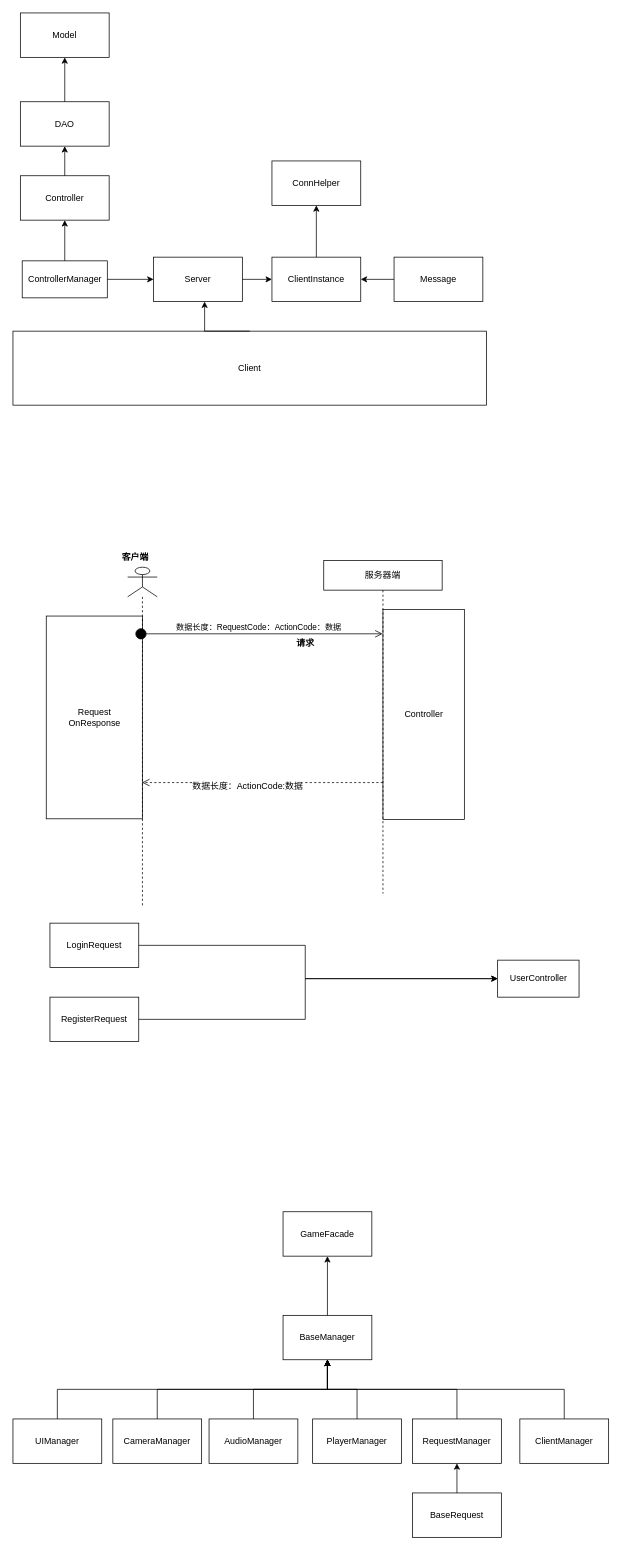
Earlier version of the draw.io diagram page "Page-1" (1 of 3) of Server Structure.drawio (iamlivehaha/Artificial-Life). Source tidied: cells renumbered, new cells numbered last; positions are measured from the earlier drawing's top-left corner, leaving out a move shared by most shapes. Both pictures are drawn from the tidied source at 74%, with x=0, y=0 at pixel (13, 13).
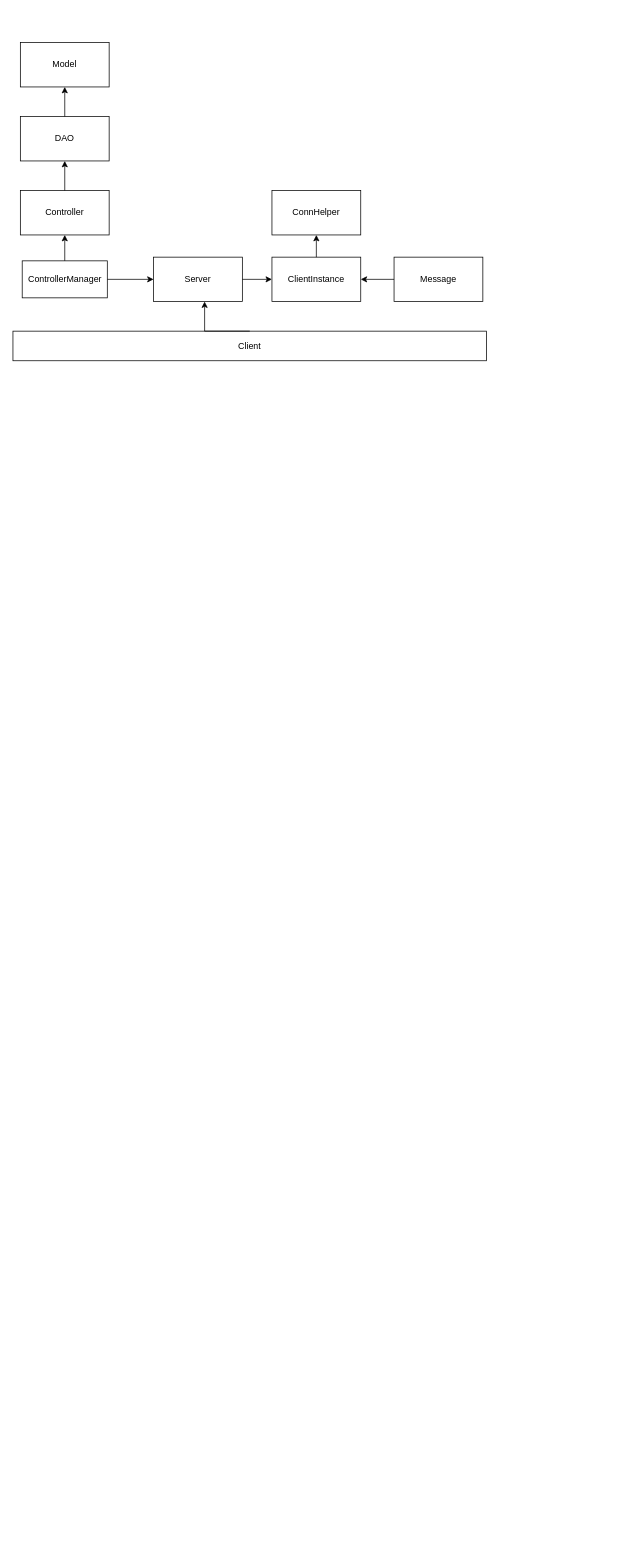
After the change.

Diff of the diagram source:
```diff
@@
     <mxCell id="5" value="Client" style="rounded=0;whiteSpace=wrap;html=1;fillColor=none;" parent="1" vertex="1">
-      <mxGeometry y="430" width="640" height="100" as="geometry" />
+      <mxGeometry y="430" width="640" height="40" as="geometry" />
     </mxCell>
@@
     <mxCell id="7" value="Controller" style="rounded=0;whiteSpace=wrap;html=1;fillColor=none;" parent="1" vertex="1">
-      <mxGeometry x="10" y="220" width="120" height="60" as="geometry" />
+      <mxGeometry x="10" y="240" width="120" height="60" as="geometry" />
     </mxCell>
@@
     <mxCell id="9" value="DAO" style="rounded=0;whiteSpace=wrap;html=1;fillColor=none;" parent="1" vertex="1">
-      <mxGeometry x="10" y="120" width="120" height="60" as="geometry" />
+      <mxGeometry x="10" y="140" width="120" height="60" as="geometry" />
     </mxCell>
     <mxCell id="10" value="Model" style="rounded=0;whiteSpace=wrap;html=1;fillColor=none;" parent="1" vertex="1">
-      <mxGeometry x="10" width="120" height="60" as="geometry" />
+      <mxGeometry x="10" y="40" width="120" height="60" as="geometry" />
     </mxCell>
     <mxCell id="11" value="ConnHelper" style="rounded=0;whiteSpace=wrap;html=1;fillColor=none;" parent="1" vertex="1">
-      <mxGeometry x="350" y="200" width="120" height="60" as="geometry" />
+      <mxGeometry x="350" y="240" width="120" height="60" as="geometry" />
     </mxCell>
@@
-    <mxCell id="16" style="shape=umlLifeline;participant=umlActor;perimeter=lifelinePerimeter;whiteSpace=wrap;html=1;verticalAlign=top;spacingTop=36;labelBackgroundColor=#ffffff;outlineConnect=0;fillColor=none;" parent="1" vertex="1">
-      <mxGeometry x="155" y="749" width="40" height="460" as="geometry" />
-    </mxCell>
-    <mxCell id="17" value="数据长度：RequestCode：ActionCode：数据" style="html=1;verticalAlign=bottom;startArrow=circle;startFill=1;endArrow=open;startSize=6;endSize=8;" parent="16" edge="1" target="19">
-      <mxGeometry relative="1" as="geometry">
-        <mxPoint x="10" y="90" as="sourcePoint" />
-      </mxGeometry>
-    </mxCell>
-    <mxCell id="18" value="客户端" style="text;html=1;align=center;fontStyle=1;verticalAlign=middle;spacingLeft=3;spacingRight=3;strokeColor=none;fillColor=none;" parent="1" vertex="1">
-      <mxGeometry x="125" y="723" width="80" height="26" as="geometry" />
-    </mxCell>
-    <mxCell id="19" value="服务器端" style="shape=umlLifeline;perimeter=lifelinePerimeter;whiteSpace=wrap;html=1;outlineConnect=0;fillColor=none;" parent="1" vertex="1">
-      <mxGeometry x="420" y="740" width="160" height="450" as="geometry" />
-    </mxCell>
-    <mxCell id="20" style="html=1;verticalAlign=bottom;endArrow=open;dashed=1;endSize=8;exitX=0;exitY=0.824;exitPerimeter=0;" parent="1" edge="1" source="24" target="16">
-      <mxGeometry relative="1" as="geometry" />
-    </mxCell>
-    <mxCell id="21" value="数据长度：ActionCode:数据" style="text;html=1;align=center;verticalAlign=middle;labelBackgroundColor=#ffffff;" parent="20" vertex="1">
-      <mxGeometry x="0.13" y="4" relative="1" as="geometry" />
-    </mxCell>
-    <mxCell id="22" value="请求" style="text;html=1;align=center;fontStyle=1;verticalAlign=middle;spacingLeft=3;spacingRight=3;strokeColor=none;fillColor=none;" parent="1" vertex="1">
-      <mxGeometry x="355" y="839" width="80" height="26" as="geometry" />
-    </mxCell>
-    <mxCell id="23" value="Request&lt;div&gt;OnResponse&lt;/div&gt;" style="html=1;fillColor=none;" parent="1" vertex="1">
-      <mxGeometry x="45" y="815" width="130" height="274" as="geometry" />
-    </mxCell>
-    <mxCell id="24" value="Controller" style="html=1;fillColor=none;" parent="1" vertex="1">
-      <mxGeometry x="500" y="806" width="110" height="284" as="geometry" />
-    </mxCell>
@@
-    <mxCell id="28" style="edgeStyle=orthogonalEdgeStyle;rounded=0;html=1;exitX=0.5;exitY=0;jettySize=auto;" parent="1" edge="1" source="29" target="42">
-      <mxGeometry relative="1" as="geometry" />
-    </mxCell>
-    <mxCell id="29" value="AudioManager" style="rounded=0;whiteSpace=wrap;html=1;fillColor=none;" parent="1" vertex="1">
-      <mxGeometry x="265" y="1900" width="120" height="60" as="geometry" />
-    </mxCell>
-    <mxCell id="30" style="edgeStyle=orthogonalEdgeStyle;rounded=0;html=1;exitX=0.5;exitY=0;jettySize=auto;" parent="1" edge="1" source="31" target="42">
-      <mxGeometry relative="1" as="geometry" />
-    </mxCell>
-    <mxCell id="31" value="PlayerManager" style="rounded=0;whiteSpace=wrap;html=1;fillColor=none;" parent="1" vertex="1">
-      <mxGeometry x="405" y="1900" width="120" height="60" as="geometry" />
-    </mxCell>
-    <mxCell id="32" value="GameFacade" style="rounded=0;whiteSpace=wrap;html=1;fillColor=none;" parent="1" vertex="1">
-      <mxGeometry x="365" y="1620" width="120" height="60" as="geometry" />
-    </mxCell>
-    <mxCell id="33" style="edgeStyle=orthogonalEdgeStyle;rounded=0;html=1;exitX=0.5;exitY=0;jettySize=auto;" parent="1" edge="1" source="34" target="38">
-      <mxGeometry relative="1" as="geometry" />
-    </mxCell>
-    <mxCell id="34" value="BaseRequest" style="rounded=0;whiteSpace=wrap;html=1;fillColor=none;" parent="1" vertex="1">
-      <mxGeometry x="540" y="2000" width="120" height="60" as="geometry" />
-    </mxCell>
-    <mxCell id="35" style="edgeStyle=orthogonalEdgeStyle;rounded=0;html=1;exitX=0.5;exitY=0;jettySize=auto;" parent="1" edge="1" source="36" target="42">
-      <mxGeometry relative="1" as="geometry" />
-    </mxCell>
-    <mxCell id="36" value="ClientManager" style="rounded=0;whiteSpace=wrap;html=1;fillColor=none;" parent="1" vertex="1">
-      <mxGeometry x="685" y="1900" width="120" height="60" as="geometry" />
-    </mxCell>
-    <mxCell id="37" style="edgeStyle=orthogonalEdgeStyle;rounded=0;html=1;exitX=0.5;exitY=0;jettySize=auto;" parent="1" edge="1" source="38" target="42">
-      <mxGeometry relative="1" as="geometry" />
-    </mxCell>
-    <mxCell id="38" value="RequestManager" style="rounded=0;whiteSpace=wrap;html=1;fillColor=none;" parent="1" vertex="1">
-      <mxGeometry x="540" y="1900" width="120" height="60" as="geometry" />
-    </mxCell>
-    <mxCell id="39" style="edgeStyle=orthogonalEdgeStyle;rounded=0;html=1;exitX=0.5;exitY=0;jettySize=auto;" parent="1" edge="1" source="40" target="42">
-      <mxGeometry relative="1" as="geometry" />
-    </mxCell>
-    <mxCell id="40" value="CameraManager" style="rounded=0;whiteSpace=wrap;html=1;fillColor=none;" parent="1" vertex="1">
-      <mxGeometry x="135" y="1900" width="120" height="60" as="geometry" />
-    </mxCell>
-    <mxCell id="41" style="edgeStyle=orthogonalEdgeStyle;rounded=0;html=1;exitX=0.5;exitY=0;jettySize=auto;" parent="1" edge="1" source="42" target="32">
-      <mxGeometry relative="1" as="geometry" />
-    </mxCell>
-    <mxCell id="42" value="BaseManager" style="rounded=0;whiteSpace=wrap;html=1;fillColor=none;" parent="1" vertex="1">
-      <mxGeometry x="365" y="1760" width="120" height="60" as="geometry" />
-    </mxCell>
-    <mxCell id="43" style="edgeStyle=orthogonalEdgeStyle;rounded=0;html=1;exitX=0.5;exitY=0;entryX=0.5;entryY=1;jettySize=auto;" parent="1" edge="1" source="44" target="42">
-      <mxGeometry relative="1" as="geometry" />
-    </mxCell>
-    <mxCell id="44" value="UIManager" style="rounded=0;whiteSpace=wrap;html=1;fillColor=none;" parent="1" vertex="1">
-      <mxGeometry y="1900" width="120" height="60" as="geometry" />
-    </mxCell>
-    <mxCell id="45" value="UserController" style="html=1;fillColor=none;" parent="1" vertex="1">
-      <mxGeometry x="655" y="1280" width="110" height="50" as="geometry" />
-    </mxCell>
-    <mxCell id="46" style="edgeStyle=orthogonalEdgeStyle;rounded=0;html=1;exitX=1;exitY=0.5;jettySize=auto;" parent="1" edge="1" source="47" target="45">
-      <mxGeometry relative="1" as="geometry">
-        <Array as="points">
-          <mxPoint x="395" y="1260" />
-          <mxPoint x="395" y="1305" />
-        </Array>
-      </mxGeometry>
-    </mxCell>
-    <mxCell id="47" value="LoginRequest" style="rounded=0;whiteSpace=wrap;html=1;fillColor=none;" parent="1" vertex="1">
-      <mxGeometry x="50" y="1230" width="120" height="60" as="geometry" />
-    </mxCell>
-    <mxCell id="48" style="edgeStyle=orthogonalEdgeStyle;rounded=0;html=1;exitX=1;exitY=0.5;jettySize=auto;" parent="1" edge="1" source="49" target="45">
-      <mxGeometry relative="1" as="geometry">
-        <Array as="points">
-          <mxPoint x="395" y="1360" />
-          <mxPoint x="395" y="1305" />
-        </Array>
-      </mxGeometry>
-    </mxCell>
-    <mxCell id="49" value="RegisterRequest" style="rounded=0;whiteSpace=wrap;html=1;fillColor=none;" parent="1" vertex="1">
-      <mxGeometry x="50" y="1330" width="120" height="60" as="geometry" />
-    </mxCell>
```
